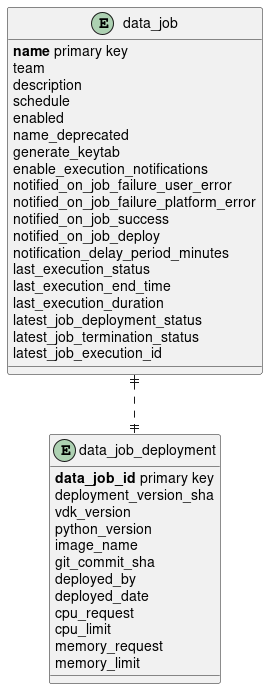
This is specs/vep-2272-complete-data-job-configuration-persistence/database_data_model.png from vmware/versatile-data-kit, a PlantUML export, as it was before one commit.
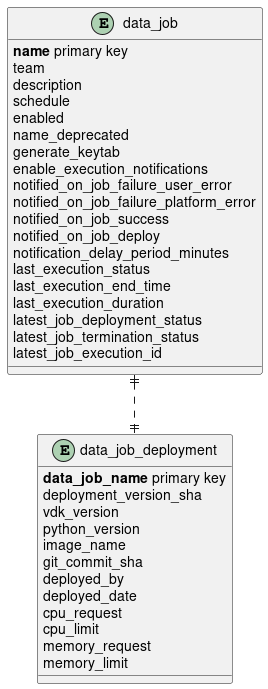
The same file after the commit.

Commit message:
specs: VEP-2272 Complete Data Job Configuration Persistance Part 2

This change introduces VEP-2272, which aims at proposing an improvement
to Versatile Data Kit by switching the source of truth
from Kubernetes to a database.

Diff of the diagram source:
```diff
@@ -22,7 +22,7 @@
 }
 
 entity data_job_deployment {
-   **data_job_id** primary key
+   **data_job_name** primary key
    deployment_version_sha
    vdk_version
    python_version
```
